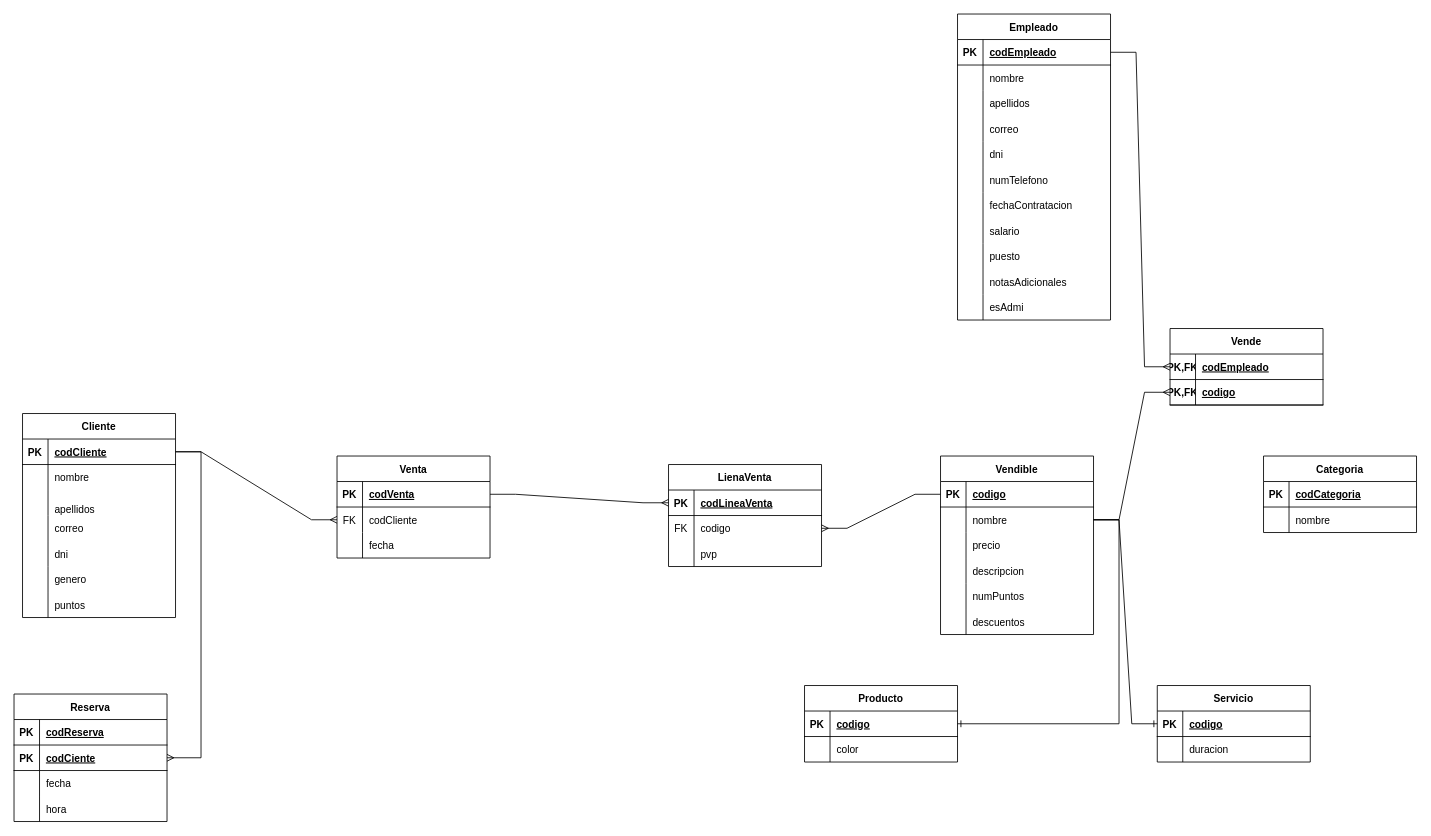
mgaangel10/proyectoFinal keeps this draw.io diagram as diagrama.drawio. Above is the earlier version. Source tidied: cells renumbered, new cells numbered last; positions are measured from the earlier drawing's top-left corner, leaving out a move shared by most shapes. Both pictures are drawn from the tidied source at 85%, with x=0, y=0 at pixel (14, 14).
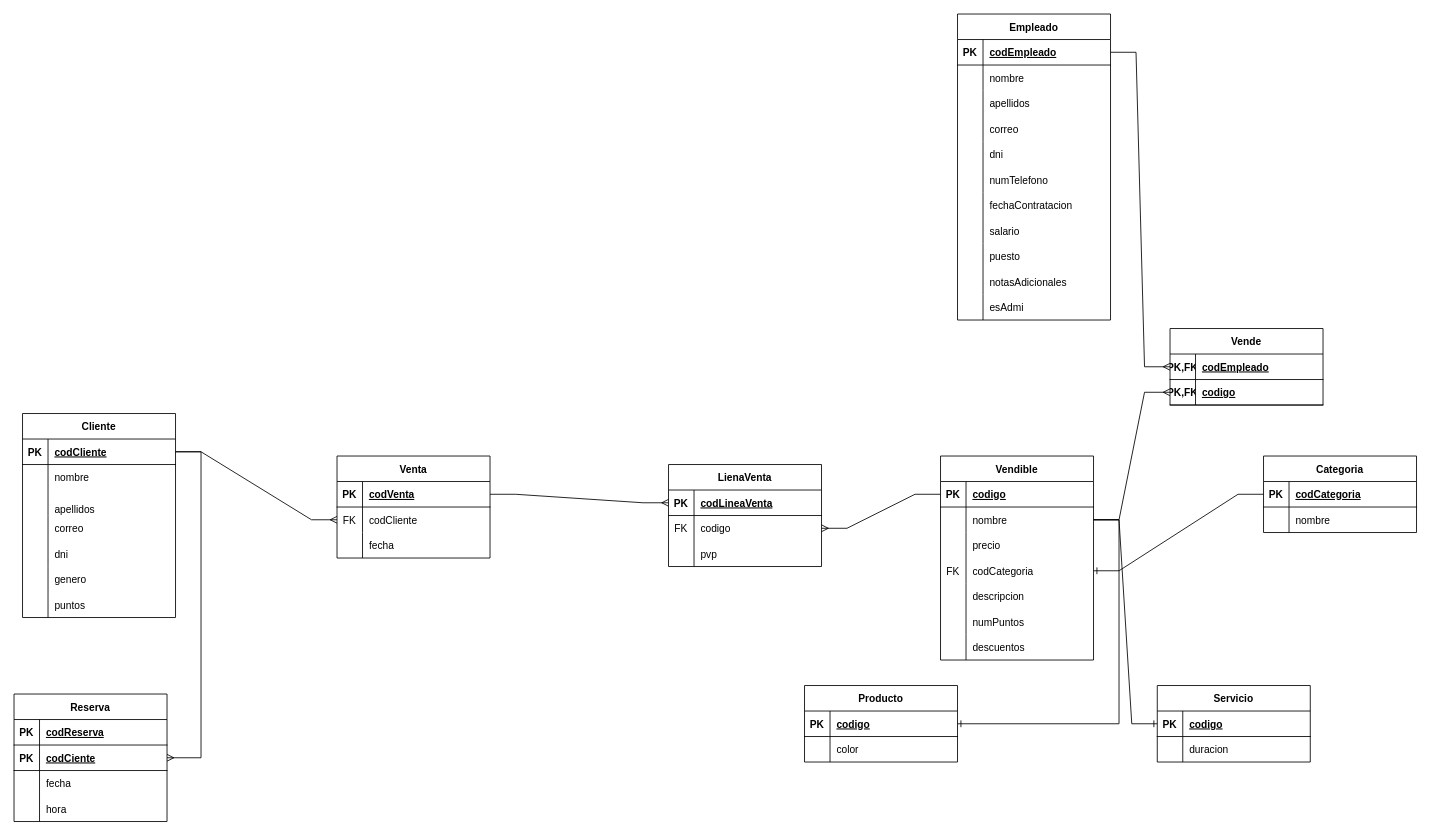
After the change.

The change refers to these unchanged cells:
```xml
<mxCell id="126" style="shape=tableRow;horizontal=0;startSize=0;swimlaneHead=0;swimlaneBody=0;fillColor=none;points=[[0,0.5],[1,0.5]];portConstraint=eastwest;top=0;left=0;right=0;bottom=1;" parent="125" vertex="1">
  <mxGeometry y="30" width="180" height="30" as="geometry" />
</mxCell>
```

What changed in the source:
```diff
@@
     <mxCell id="36" value="Vendible" style="shape=table;startSize=30;childLayout=tableLayout;rowLines=0;fontStyle=1;align=center;" parent="1" vertex="1">
-      <mxGeometry x="1090" y="520" width="180" height="210" as="geometry" />
+      <mxGeometry x="1090" y="520" width="180" height="240" as="geometry" />
     </mxCell>
@@
+    <mxCell id="147" style="shape=tableRow;horizontal=0;startSize=0;swimlaneHead=0;swimlaneBody=0;fillColor=none;points=[[0,0.5],[1,0.5]];portConstraint=eastwest;top=0;left=0;right=0;bottom=0;" parent="36" vertex="1">
+      <mxGeometry y="120" width="180" height="30" as="geometry" />
+    </mxCell>
+    <mxCell id="148" value="FK" style="shape=partialRectangle;fillColor=none;top=0;left=0;bottom=0;right=0;fontStyle=0;overflow=hidden;" parent="147" vertex="1">
+      <mxGeometry width="30" height="30" as="geometry" />
+    </mxCell>
+    <mxCell id="149" value="codCategoria" style="shape=partialRectangle;fillColor=none;top=0;left=0;bottom=0;right=0;align=left;spacingLeft=6;fontStyle=0;overflow=hidden;" parent="147" vertex="1">
+      <mxGeometry x="30" width="150" height="30" as="geometry" />
+    </mxCell>
     <mxCell id="46" style="shape=tableRow;horizontal=0;startSize=0;swimlaneHead=0;swimlaneBody=0;fillColor=none;top=0;left=0;right=0;bottom=0;" parent="36" vertex="1">
-      <mxGeometry y="120" width="180" height="30" as="geometry" />
+      <mxGeometry y="150" width="180" height="30" as="geometry" />
     </mxCell>
@@
     <mxCell id="49" style="shape=tableRow;horizontal=0;startSize=0;swimlaneHead=0;swimlaneBody=0;fillColor=none;top=0;left=0;right=0;bottom=0;" parent="36" vertex="1">
-      <mxGeometry y="150" width="180" height="30" as="geometry" />
+      <mxGeometry y="180" width="180" height="30" as="geometry" />
     </mxCell>
@@
     <mxCell id="52" style="shape=tableRow;horizontal=0;startSize=0;swimlaneHead=0;swimlaneBody=0;fillColor=none;top=0;left=0;right=0;bottom=0;" parent="36" vertex="1">
-      <mxGeometry y="180" width="180" height="30" as="geometry" />
+      <mxGeometry y="210" width="180" height="30" as="geometry" />
     </mxCell>
@@
+    <mxCell id="150" style="edgeStyle=entityRelationEdgeStyle;fontSize=12;html=1;endArrow=ERone;endFill=1;rounded=0;" parent="1" edge="1" source="126" target="147">
+      <mxGeometry relative="1" as="geometry" />
+    </mxCell>
```
